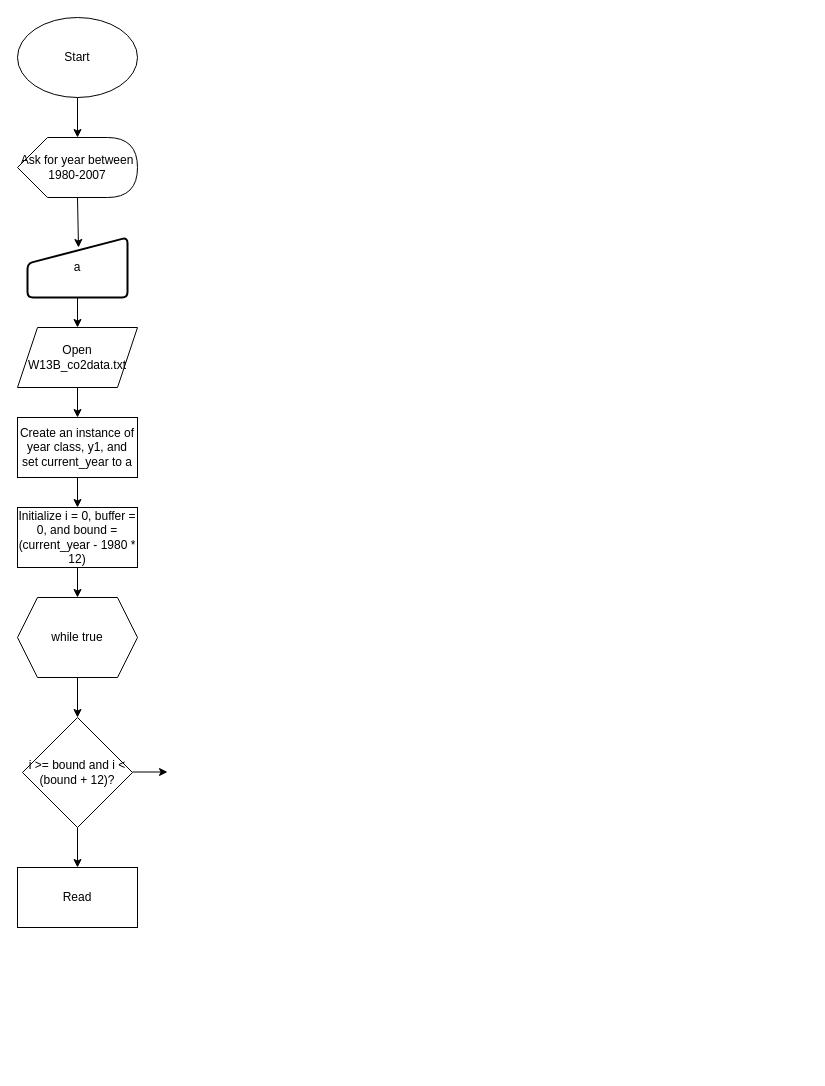
Above: app13p2.drawio in uthw/feh (draw.io), before the change. Source tidied: cells renumbered, new cells numbered last; positions are measured from the earlier drawing's top-left corner, leaving out a move shared by most shapes. Both pictures are drawn from the tidied source at 100%, with x=0, y=0 at pixel (17, 17).
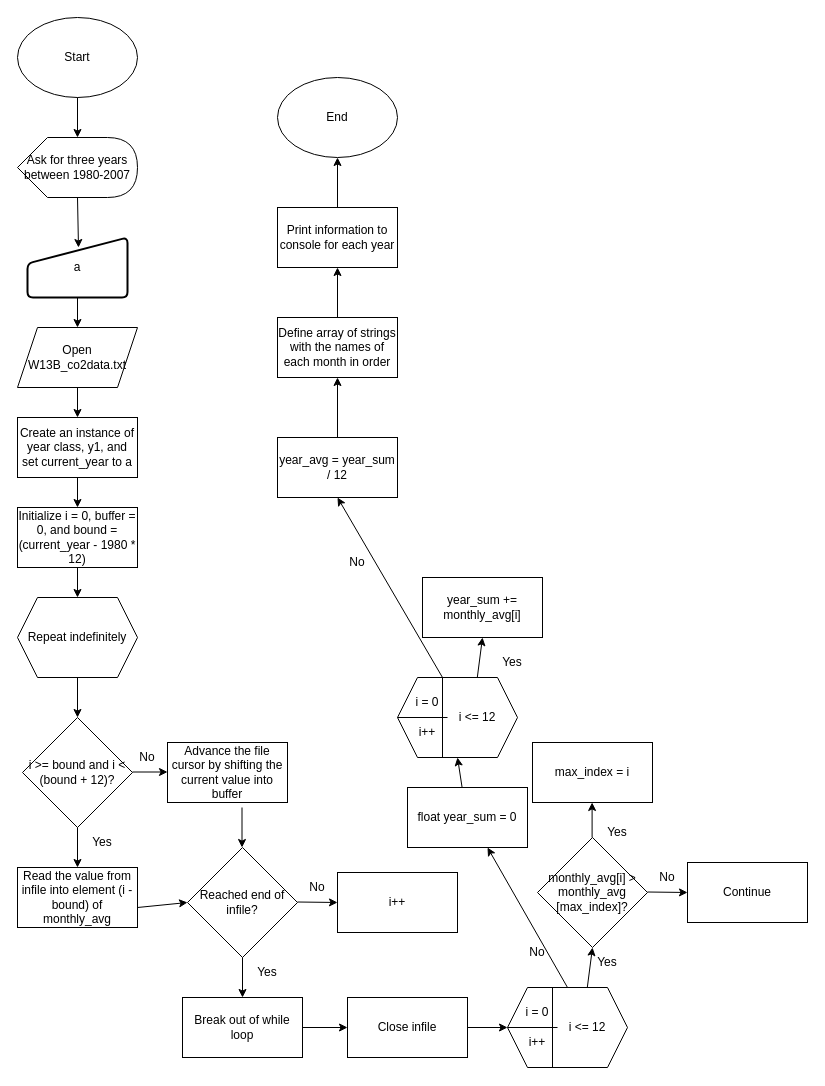
After the change.

The edit, as a diff of the source:
```diff
@@
-    <mxCell id="5" value="Ask for year between 1980-2007" style="shape=display;whiteSpace=wrap;html=1;" parent="1" vertex="1">
+    <mxCell id="5" value="Ask for three years between 1980-2007" style="shape=display;whiteSpace=wrap;html=1;" parent="1" vertex="1">
       <mxGeometry y="120" width="120" height="60" as="geometry" />
     </mxCell>
@@
-    <mxCell id="13" value="while true" style="shape=hexagon;perimeter=hexagonPerimeter2;whiteSpace=wrap;html=1;fixedSize=1;" parent="1" vertex="1">
+    <mxCell id="13" value="Repeat indefinitely" style="shape=hexagon;perimeter=hexagonPerimeter2;whiteSpace=wrap;html=1;fixedSize=1;" parent="1" vertex="1">
       <mxGeometry y="580" width="120" height="80" as="geometry" />
     </mxCell>
@@
-    <mxCell id="19" value="Read " style="rounded=0;whiteSpace=wrap;html=1;" parent="1" vertex="1">
+    <mxCell id="19" value="Read the value from infile into element (i - bound) of monthly_avg" style="rounded=0;whiteSpace=wrap;html=1;" parent="1" vertex="1">
       <mxGeometry y="850" width="120" height="60" as="geometry" />
     </mxCell>
+    <mxCell id="20" value="Advance the file cursor by shifting the current value into buffer" style="rounded=0;whiteSpace=wrap;html=1;" parent="1" vertex="1">
+      <mxGeometry x="150" y="725" width="120" height="60" as="geometry" />
+    </mxCell>
+    <mxCell id="21" value="Reached end of infile?" style="rhombus;whiteSpace=wrap;html=1;" parent="1" vertex="1">
+      <mxGeometry x="170" y="830" width="110" height="110" as="geometry" />
+    </mxCell>
+    <mxCell id="22" style="endArrow=classic;html=1;rounded=0;" parent="1" edge="1">
+      <mxGeometry relative="1" as="geometry">
+        <mxPoint x="225" y="940" as="sourcePoint" />
+        <mxPoint x="225" y="980" as="targetPoint" />
+      </mxGeometry>
+    </mxCell>
+    <mxCell id="23" style="endArrow=classic;html=1;rounded=0;entryX=0;entryY=0.5;entryDx=0;entryDy=0;" parent="1" edge="1" target="30">
+      <mxGeometry relative="1" as="geometry">
+        <mxPoint x="280" y="884.5" as="sourcePoint" />
+      </mxGeometry>
+    </mxCell>
+    <mxCell id="24" style="endArrow=classic;html=1;rounded=0;" parent="1" edge="1">
+      <mxGeometry relative="1" as="geometry">
+        <mxPoint x="224.5" y="790" as="sourcePoint" />
+        <mxPoint x="224.5" y="830" as="targetPoint" />
+      </mxGeometry>
+    </mxCell>
+    <mxCell id="25" style="endArrow=classic;html=1;rounded=0;entryX=0;entryY=0.5;entryDx=0;entryDy=0;" parent="1" edge="1" target="21">
+      <mxGeometry relative="1" as="geometry">
+        <mxPoint x="120" y="890" as="sourcePoint" />
+      </mxGeometry>
+    </mxCell>
+    <mxCell id="26" value="Yes" style="text;html=1;align=center;verticalAlign=middle;whiteSpace=wrap;rounded=0;" parent="1" vertex="1">
+      <mxGeometry x="55" y="810" width="60" height="30" as="geometry" />
+    </mxCell>
+    <mxCell id="27" value="No" style="text;html=1;align=center;verticalAlign=middle;whiteSpace=wrap;rounded=0;" parent="1" vertex="1">
+      <mxGeometry x="100" y="725" width="60" height="30" as="geometry" />
+    </mxCell>
+    <mxCell id="28" value="Yes" style="text;html=1;align=center;verticalAlign=middle;whiteSpace=wrap;rounded=0;" parent="1" vertex="1">
+      <mxGeometry x="220" y="940" width="60" height="30" as="geometry" />
+    </mxCell>
+    <mxCell id="29" value="Break out of while loop" style="rounded=0;whiteSpace=wrap;html=1;" parent="1" vertex="1">
+      <mxGeometry x="165" y="980" width="120" height="60" as="geometry" />
+    </mxCell>
+    <mxCell id="30" value="i++" style="rounded=0;whiteSpace=wrap;html=1;" parent="1" vertex="1">
+      <mxGeometry x="320" y="855" width="120" height="60" as="geometry" />
+    </mxCell>
+    <mxCell id="31" value="No" style="text;html=1;align=center;verticalAlign=middle;whiteSpace=wrap;rounded=0;" parent="1" vertex="1">
+      <mxGeometry x="270" y="855" width="60" height="30" as="geometry" />
+    </mxCell>
+    <mxCell id="32" style="endArrow=classic;html=1;rounded=0;" parent="1" edge="1">
+      <mxGeometry relative="1" as="geometry">
+        <mxPoint x="285" y="1010" as="sourcePoint" />
+        <mxPoint x="330" y="1010" as="targetPoint" />
+      </mxGeometry>
+    </mxCell>
+    <mxCell id="33" value="Close infile" style="rounded=0;whiteSpace=wrap;html=1;" parent="1" vertex="1">
+      <mxGeometry x="330" y="980" width="120" height="60" as="geometry" />
+    </mxCell>
+    <mxCell id="34" style="shape=hexagon;perimeter=hexagonPerimeter2;whiteSpace=wrap;html=1;fixedSize=1;" parent="1" vertex="1">
+      <mxGeometry x="490" y="970" width="120" height="80" as="geometry" />
+    </mxCell>
+    <mxCell id="35" style="endArrow=none;html=1;rounded=0;exitX=0.375;exitY=1;exitDx=0;exitDy=0;entryX=0.375;entryY=0;entryDx=0;entryDy=0;" parent="1" edge="1" source="34" target="34">
+      <mxGeometry relative="1" as="geometry" />
+    </mxCell>
+    <mxCell id="36" style="endArrow=none;html=1;rounded=0;" parent="1" edge="1">
+      <mxGeometry relative="1" as="geometry">
+        <mxPoint x="490" y="1010" as="sourcePoint" />
+        <mxPoint x="540" y="1010" as="targetPoint" />
+      </mxGeometry>
+    </mxCell>
+    <mxCell id="37" value="i = 0" style="text;html=1;align=center;verticalAlign=middle;whiteSpace=wrap;rounded=0;" parent="1" vertex="1">
+      <mxGeometry x="490" y="980" width="60" height="30" as="geometry" />
+    </mxCell>
+    <mxCell id="38" value="i &amp;lt;= 12" style="text;html=1;align=center;verticalAlign=middle;whiteSpace=wrap;rounded=0;" parent="1" vertex="1">
+      <mxGeometry x="540" y="995" width="60" height="30" as="geometry" />
+    </mxCell>
+    <mxCell id="39" value="i++" style="text;html=1;align=center;verticalAlign=middle;whiteSpace=wrap;rounded=0;" parent="1" vertex="1">
+      <mxGeometry x="490" y="1010" width="60" height="30" as="geometry" />
+    </mxCell>
+    <mxCell id="40" style="endArrow=classic;html=1;rounded=0;entryX=0.5;entryY=1;entryDx=0;entryDy=0;" parent="1" edge="1" target="45">
+      <mxGeometry relative="1" as="geometry">
+        <mxPoint x="569.8" y="970" as="sourcePoint" />
+      </mxGeometry>
+    </mxCell>
+    <mxCell id="41" value="Yes" style="text;html=1;align=center;verticalAlign=middle;whiteSpace=wrap;rounded=0;" parent="1" vertex="1">
+      <mxGeometry x="560" y="930" width="60" height="30" as="geometry" />
+    </mxCell>
+    <mxCell id="42" style="endArrow=classic;html=1;rounded=0;exitX=0.5;exitY=0;exitDx=0;exitDy=0;" parent="1" edge="1" source="34">
+      <mxGeometry relative="1" as="geometry">
+        <mxPoint x="470" y="830" as="targetPoint" />
+      </mxGeometry>
+    </mxCell>
+    <mxCell id="43" value="No" style="text;html=1;align=center;verticalAlign=middle;whiteSpace=wrap;rounded=0;" parent="1" vertex="1">
+      <mxGeometry x="490" y="920" width="60" height="30" as="geometry" />
+    </mxCell>
+    <mxCell id="44" style="endArrow=classic;html=1;rounded=0;entryX=0;entryY=0;entryDx=0;entryDy=0;" parent="1" edge="1" target="39">
+      <mxGeometry relative="1" as="geometry">
+        <mxPoint x="450" y="1010" as="sourcePoint" />
+      </mxGeometry>
+    </mxCell>
+    <mxCell id="45" value="&lt;div&gt;monthly_avg[i] &amp;gt; monthly_avg [max_index]?&lt;/div&gt;" style="rhombus;whiteSpace=wrap;html=1;" parent="1" vertex="1">
+      <mxGeometry x="520" y="820" width="110" height="110" as="geometry" />
+    </mxCell>
+    <mxCell id="46" style="endArrow=classic;html=1;rounded=0;" parent="1" edge="1">
+      <mxGeometry relative="1" as="geometry">
+        <mxPoint x="574.6" y="820" as="sourcePoint" />
+        <mxPoint x="574.6" y="785" as="targetPoint" />
+      </mxGeometry>
+    </mxCell>
+    <mxCell id="47" style="endArrow=classic;html=1;rounded=0;entryX=0;entryY=0.5;entryDx=0;entryDy=0;" parent="1" edge="1">
+      <mxGeometry relative="1" as="geometry">
+        <mxPoint x="630" y="874.5" as="sourcePoint" />
+        <mxPoint x="670" y="875" as="targetPoint" />
+      </mxGeometry>
+    </mxCell>
+    <mxCell id="48" value="Yes" style="text;html=1;align=center;verticalAlign=middle;whiteSpace=wrap;rounded=0;" parent="1" vertex="1">
+      <mxGeometry x="570" y="800" width="60" height="30" as="geometry" />
+    </mxCell>
+    <mxCell id="49" value="No" style="text;html=1;align=center;verticalAlign=middle;whiteSpace=wrap;rounded=0;" parent="1" vertex="1">
+      <mxGeometry x="620" y="845" width="60" height="30" as="geometry" />
+    </mxCell>
+    <mxCell id="50" value="Continue" style="rounded=0;whiteSpace=wrap;html=1;" parent="1" vertex="1">
+      <mxGeometry x="670" y="845" width="120" height="60" as="geometry" />
+    </mxCell>
+    <mxCell id="51" value="max_index = i" style="rounded=0;whiteSpace=wrap;html=1;" parent="1" vertex="1">
+      <mxGeometry x="515" y="725" width="120" height="60" as="geometry" />
+    </mxCell>
+    <mxCell id="52" style="shape=hexagon;perimeter=hexagonPerimeter2;whiteSpace=wrap;html=1;fixedSize=1;" parent="1" vertex="1">
+      <mxGeometry x="380" y="660" width="120" height="80" as="geometry" />
+    </mxCell>
+    <mxCell id="53" style="endArrow=none;html=1;rounded=0;exitX=0.375;exitY=1;exitDx=0;exitDy=0;entryX=0.375;entryY=0;entryDx=0;entryDy=0;" parent="1" edge="1" source="52" target="52">
+      <mxGeometry relative="1" as="geometry" />
+    </mxCell>
+    <mxCell id="54" style="endArrow=none;html=1;rounded=0;" parent="1" edge="1">
+      <mxGeometry relative="1" as="geometry">
+        <mxPoint x="380" y="700" as="sourcePoint" />
+        <mxPoint x="430" y="700" as="targetPoint" />
+      </mxGeometry>
+    </mxCell>
+    <mxCell id="55" value="i = 0" style="text;html=1;align=center;verticalAlign=middle;whiteSpace=wrap;rounded=0;" parent="1" vertex="1">
+      <mxGeometry x="380" y="670" width="60" height="30" as="geometry" />
+    </mxCell>
+    <mxCell id="56" value="i &amp;lt;= 12" style="text;html=1;align=center;verticalAlign=middle;whiteSpace=wrap;rounded=0;" parent="1" vertex="1">
+      <mxGeometry x="430" y="685" width="60" height="30" as="geometry" />
+    </mxCell>
+    <mxCell id="57" value="i++" style="text;html=1;align=center;verticalAlign=middle;whiteSpace=wrap;rounded=0;" parent="1" vertex="1">
+      <mxGeometry x="380" y="700" width="60" height="30" as="geometry" />
+    </mxCell>
+    <mxCell id="58" style="endArrow=classic;html=1;rounded=0;entryX=0.5;entryY=1;entryDx=0;entryDy=0;" parent="1" edge="1">
+      <mxGeometry relative="1" as="geometry">
+        <mxPoint x="459.8" y="660" as="sourcePoint" />
+        <mxPoint x="465" y="620" as="targetPoint" />
+      </mxGeometry>
+    </mxCell>
+    <mxCell id="59" style="endArrow=classic;html=1;rounded=0;exitX=0.375;exitY=0;exitDx=0;exitDy=0;entryX=0.5;entryY=1;entryDx=0;entryDy=0;" parent="1" edge="1" source="52" target="65">
+      <mxGeometry relative="1" as="geometry" />
+    </mxCell>
+    <mxCell id="60" value="No" style="text;html=1;align=center;verticalAlign=middle;whiteSpace=wrap;rounded=0;" parent="1" vertex="1">
+      <mxGeometry x="310" y="530" width="60" height="30" as="geometry" />
+    </mxCell>
+    <mxCell id="61" style="endArrow=classic;html=1;rounded=0;entryX=0.5;entryY=1;entryDx=0;entryDy=0;" parent="1" edge="1" target="52">
+      <mxGeometry relative="1" as="geometry">
+        <mxPoint x="444.6" y="770" as="sourcePoint" />
+      </mxGeometry>
+    </mxCell>
+    <mxCell id="62" value="Yes" style="text;html=1;align=center;verticalAlign=middle;whiteSpace=wrap;rounded=0;" parent="1" vertex="1">
+      <mxGeometry x="465" y="630" width="60" height="30" as="geometry" />
+    </mxCell>
+    <mxCell id="63" value="float year_sum = 0" style="rounded=0;whiteSpace=wrap;html=1;" parent="1" vertex="1">
+      <mxGeometry x="390" y="770" width="120" height="60" as="geometry" />
+    </mxCell>
+    <mxCell id="64" value="year_sum += monthly_avg[i]" style="rounded=0;whiteSpace=wrap;html=1;" parent="1" vertex="1">
+      <mxGeometry x="405" y="560" width="120" height="60" as="geometry" />
+    </mxCell>
+    <mxCell id="65" value="year_avg = year_sum / 12" style="rounded=0;whiteSpace=wrap;html=1;" parent="1" vertex="1">
+      <mxGeometry x="260" y="420" width="120" height="60" as="geometry" />
+    </mxCell>
+    <mxCell id="66" style="endArrow=classic;html=1;rounded=0;" parent="1" edge="1">
+      <mxGeometry relative="1" as="geometry">
+        <mxPoint x="320" y="420" as="sourcePoint" />
+        <mxPoint x="320" y="360" as="targetPoint" />
+      </mxGeometry>
+    </mxCell>
+    <mxCell id="67" value="Define array of strings with the names of each month in order" style="rounded=0;whiteSpace=wrap;html=1;" parent="1" vertex="1">
+      <mxGeometry x="260" y="300" width="120" height="60" as="geometry" />
+    </mxCell>
+    <mxCell id="68" value="Print information to console for each year" style="rounded=0;whiteSpace=wrap;html=1;" parent="1" vertex="1">
+      <mxGeometry x="260" y="190" width="120" height="60" as="geometry" />
+    </mxCell>
+    <mxCell id="69" style="endArrow=classic;html=1;rounded=0;entryX=0.5;entryY=1;entryDx=0;entryDy=0;" parent="1" edge="1" target="68">
+      <mxGeometry relative="1" as="geometry">
+        <mxPoint x="320" y="300" as="sourcePoint" />
+      </mxGeometry>
+    </mxCell>
+    <mxCell id="70" style="endArrow=classic;html=1;rounded=0;" parent="1" edge="1" target="71">
+      <mxGeometry relative="1" as="geometry">
+        <mxPoint x="320" y="190" as="sourcePoint" />
+      </mxGeometry>
+    </mxCell>
+    <mxCell id="71" value="End" style="ellipse;whiteSpace=wrap;html=1;" parent="1" vertex="1">
+      <mxGeometry x="260" y="60" width="120" height="80" as="geometry" />
+    </mxCell>
```
